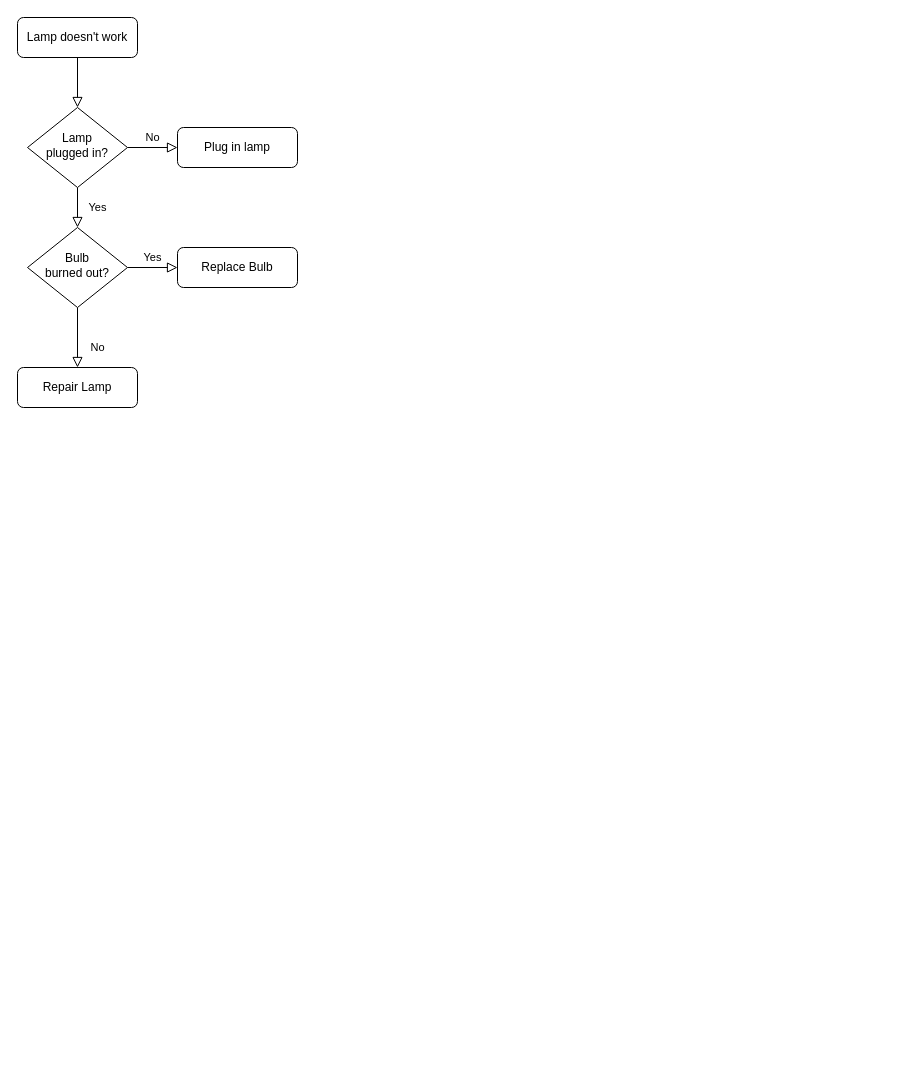
Above: affiliate.drawio in BenmrChen/Draw.io (draw.io), before the change. Source tidied: cells renumbered, new cells numbered last; positions are measured from the earlier drawing's top-left corner, leaving out a move shared by most shapes. Both pictures are drawn from the tidied source at 100%, with x=0, y=0 at pixel (17, 17).
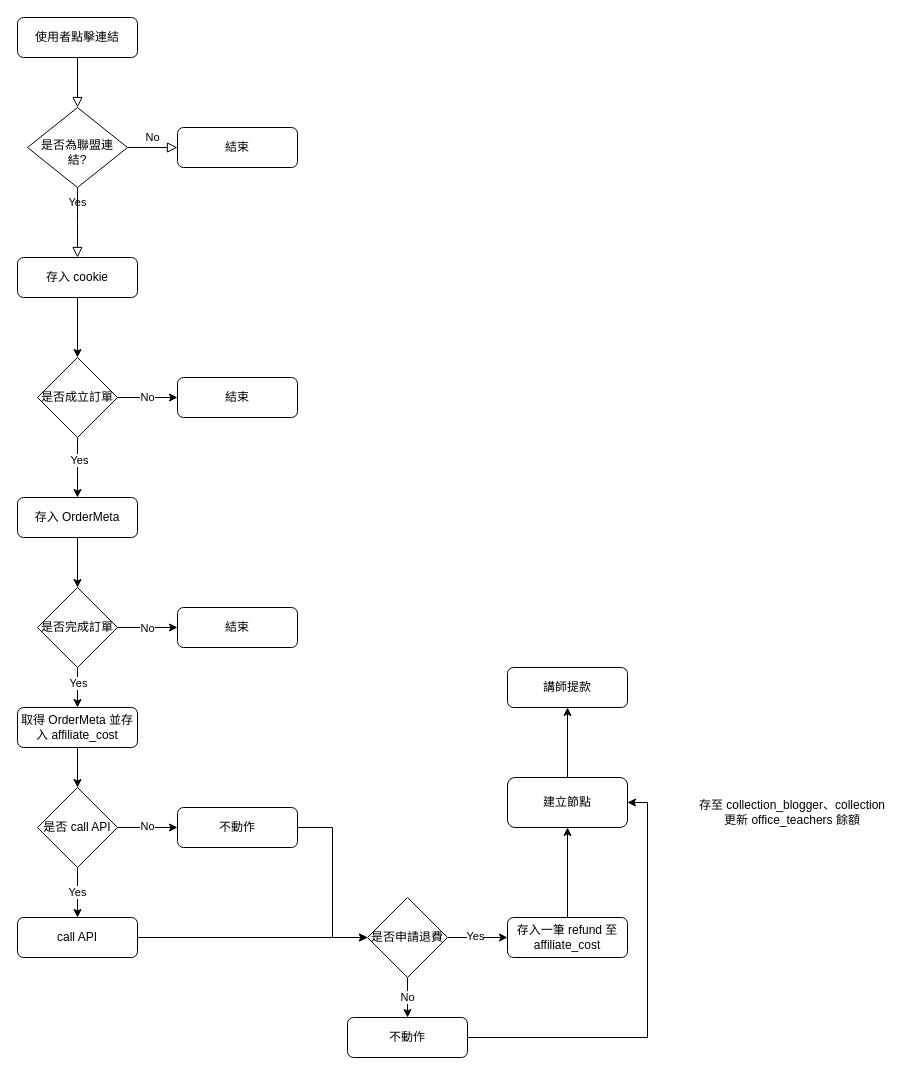
The same page after the edit.

What changed in the source:
```diff
@@
-    <mxCell id="3" value="Lamp doesn't work" style="rounded=1;whiteSpace=wrap;html=1;fontSize=12;glass=0;strokeWidth=1;shadow=0;" parent="1" vertex="1">
+    <mxCell id="3" value="使用者點擊連結" style="rounded=1;whiteSpace=wrap;html=1;fontSize=12;glass=0;strokeWidth=1;shadow=0;" parent="1" vertex="1">
       <mxGeometry width="120" height="40" as="geometry" />
     </mxCell>
-    <mxCell id="4" value="Yes" style="rounded=0;html=1;jettySize=auto;fontSize=11;endArrow=block;endFill=0;endSize=8;strokeWidth=1;shadow=0;labelBackgroundColor=none;edgeStyle=orthogonalEdgeStyle;" parent="1" edge="1" source="6" target="10">
-      <mxGeometry y="20" relative="1" as="geometry" />
+    <mxCell id="4" value="Yes" style="rounded=0;html=1;jettySize=auto;fontSize=11;endArrow=block;endFill=0;endSize=8;strokeWidth=1;shadow=0;labelBackgroundColor=none;edgeStyle=orthogonalEdgeStyle;" parent="1" edge="1" source="6">
+      <mxGeometry y="20" relative="1" as="geometry">
+        <mxPoint x="60" y="240" as="targetPoint" />
+      </mxGeometry>
     </mxCell>
@@
-    <mxCell id="6" value="Lamp&lt;br&gt;plugged in?" style="rhombus;whiteSpace=wrap;html=1;shadow=0;fontFamily=Helvetica;fontSize=12;align=center;strokeWidth=1;spacing=6;spacingTop=-4;" parent="1" vertex="1">
+    <mxCell id="6" value="&amp;nbsp;&lt;br&gt;是否為聯盟連結?" style="rhombus;whiteSpace=wrap;html=1;shadow=0;fontFamily=Helvetica;fontSize=12;align=center;strokeWidth=1;spacing=6;spacingTop=-4;" parent="1" vertex="1">
       <mxGeometry x="10" y="90" width="100" height="80" as="geometry" />
     </mxCell>
-    <mxCell id="7" value="Plug in lamp" style="rounded=1;whiteSpace=wrap;html=1;fontSize=12;glass=0;strokeWidth=1;shadow=0;" parent="1" vertex="1">
+    <mxCell id="7" value="結束" style="rounded=1;whiteSpace=wrap;html=1;fontSize=12;glass=0;strokeWidth=1;shadow=0;" parent="1" vertex="1">
       <mxGeometry x="160" y="110" width="120" height="40" as="geometry" />
     </mxCell>
-    <mxCell id="8" value="No" style="rounded=0;html=1;jettySize=auto;fontSize=11;endArrow=block;endFill=0;endSize=8;strokeWidth=1;shadow=0;labelBackgroundColor=none;edgeStyle=orthogonalEdgeStyle;" parent="1" edge="1" source="10" target="11">
-      <mxGeometry x="0.33" y="20" relative="1" as="geometry" />
-    </mxCell>
-    <mxCell id="9" value="Yes" style="edgeStyle=orthogonalEdgeStyle;rounded=0;html=1;jettySize=auto;fontSize=11;endArrow=block;endFill=0;endSize=8;strokeWidth=1;shadow=0;labelBackgroundColor=none;" parent="1" edge="1" source="10" target="12">
-      <mxGeometry y="10" relative="1" as="geometry" />
-    </mxCell>
-    <mxCell id="10" value="Bulb&lt;br&gt;burned out?" style="rhombus;whiteSpace=wrap;html=1;shadow=0;fontFamily=Helvetica;fontSize=12;align=center;strokeWidth=1;spacing=6;spacingTop=-4;" parent="1" vertex="1">
-      <mxGeometry x="10" y="210" width="100" height="80" as="geometry" />
-    </mxCell>
-    <mxCell id="11" value="Repair Lamp" style="rounded=1;whiteSpace=wrap;html=1;fontSize=12;glass=0;strokeWidth=1;shadow=0;" parent="1" vertex="1">
-      <mxGeometry y="350" width="120" height="40" as="geometry" />
-    </mxCell>
+    <mxCell id="13" style="edgeStyle=orthogonalEdgeStyle;rounded=0;jettySize=auto;html=1;exitX=0.5;exitY=1;exitDx=0;exitDy=0;entryX=0.5;entryY=0;entryDx=0;entryDy=0;" parent="1" edge="1" source="12" target="17">
+      <mxGeometry relative="1" as="geometry" />
+    </mxCell>
-    <mxCell id="12" value="Replace Bulb" style="rounded=1;whiteSpace=wrap;html=1;fontSize=12;glass=0;strokeWidth=1;shadow=0;" parent="1" vertex="1">
-      <mxGeometry x="160" y="230" width="120" height="40" as="geometry" />
+    <mxCell id="12" value="存入 cookie" style="rounded=1;whiteSpace=wrap;html=1;fontSize=12;glass=0;strokeWidth=1;shadow=0;" parent="1" vertex="1">
+      <mxGeometry y="240" width="120" height="40" as="geometry" />
     </mxCell>
+    <mxCell id="14" value="No" style="edgeStyle=orthogonalEdgeStyle;rounded=0;jettySize=auto;html=1;exitX=1;exitY=0.5;exitDx=0;exitDy=0;" parent="1" edge="1" source="17" target="18">
+      <mxGeometry relative="1" as="geometry" />
+    </mxCell>
+    <mxCell id="15" style="edgeStyle=orthogonalEdgeStyle;rounded=0;jettySize=auto;html=1;exitX=0.5;exitY=1;exitDx=0;exitDy=0;entryX=0.5;entryY=0;entryDx=0;entryDy=0;" parent="1" edge="1" source="17" target="20">
+      <mxGeometry relative="1" as="geometry" />
+    </mxCell>
+    <mxCell id="16" value="Yes" style="edgeLabel;html=1;align=center;verticalAlign=middle;" parent="15" vertex="1">
+      <mxGeometry x="-0.27" y="1" relative="1" as="geometry" />
+    </mxCell>
+    <mxCell id="17" value="是否成立訂單" style="rhombus;whiteSpace=wrap;html=1;" parent="1" vertex="1">
+      <mxGeometry x="20" y="340" width="80" height="80" as="geometry" />
+    </mxCell>
+    <mxCell id="18" value="結束" style="rounded=1;whiteSpace=wrap;html=1;fontSize=12;glass=0;strokeWidth=1;shadow=0;" parent="1" vertex="1">
+      <mxGeometry x="160" y="360" width="120" height="40" as="geometry" />
+    </mxCell>
+    <mxCell id="19" style="edgeStyle=orthogonalEdgeStyle;rounded=0;jettySize=auto;html=1;exitX=0.5;exitY=1;exitDx=0;exitDy=0;entryX=0.5;entryY=0;entryDx=0;entryDy=0;" parent="1" edge="1" source="20" target="25">
+      <mxGeometry relative="1" as="geometry" />
+    </mxCell>
+    <mxCell id="20" value="存入 OrderMeta" style="rounded=1;whiteSpace=wrap;html=1;fontSize=12;glass=0;strokeWidth=1;shadow=0;" parent="1" vertex="1">
+      <mxGeometry y="480" width="120" height="40" as="geometry" />
+    </mxCell>
+    <mxCell id="21" style="edgeStyle=orthogonalEdgeStyle;rounded=0;jettySize=auto;html=1;exitX=1;exitY=0.5;exitDx=0;exitDy=0;" parent="1" edge="1" source="25" target="26">
+      <mxGeometry relative="1" as="geometry" />
+    </mxCell>
+    <mxCell id="22" value="No" style="edgeLabel;html=1;align=center;verticalAlign=middle;" parent="21" vertex="1">
+      <mxGeometry x="-0.03" relative="1" as="geometry" />
+    </mxCell>
+    <mxCell id="23" style="edgeStyle=orthogonalEdgeStyle;rounded=0;jettySize=auto;html=1;exitX=0.5;exitY=1;exitDx=0;exitDy=0;entryX=0.5;entryY=0;entryDx=0;entryDy=0;" parent="1" edge="1" source="25" target="28">
+      <mxGeometry relative="1" as="geometry" />
+    </mxCell>
+    <mxCell id="24" value="Yes" style="edgeLabel;html=1;align=center;verticalAlign=middle;" parent="23" vertex="1">
+      <mxGeometry x="-0.25" relative="1" as="geometry" />
+    </mxCell>
+    <mxCell id="25" value="是否完成訂單" style="rhombus;whiteSpace=wrap;html=1;" parent="1" vertex="1">
+      <mxGeometry x="20" y="570" width="80" height="80" as="geometry" />
+    </mxCell>
+    <mxCell id="26" value="結束" style="rounded=1;whiteSpace=wrap;html=1;fontSize=12;glass=0;strokeWidth=1;shadow=0;" parent="1" vertex="1">
+      <mxGeometry x="160" y="590" width="120" height="40" as="geometry" />
+    </mxCell>
+    <mxCell id="27" style="edgeStyle=orthogonalEdgeStyle;rounded=0;jettySize=auto;html=1;exitX=0.5;exitY=1;exitDx=0;exitDy=0;entryX=0.5;entryY=0;entryDx=0;entryDy=0;" parent="1" edge="1" source="28" target="32">
+      <mxGeometry relative="1" as="geometry" />
+    </mxCell>
+    <mxCell id="28" value="取得 OrderMeta 並存入 affiliate_cost" style="rounded=1;whiteSpace=wrap;html=1;fontSize=12;glass=0;strokeWidth=1;shadow=0;" parent="1" vertex="1">
+      <mxGeometry y="690" width="120" height="40" as="geometry" />
+    </mxCell>
+    <mxCell id="29" style="edgeStyle=orthogonalEdgeStyle;rounded=0;jettySize=auto;html=1;exitX=1;exitY=0.5;exitDx=0;exitDy=0;" parent="1" edge="1" source="32" target="34">
+      <mxGeometry relative="1" as="geometry" />
+    </mxCell>
+    <mxCell id="30" value="No" style="edgeLabel;html=1;align=center;verticalAlign=middle;" parent="29" vertex="1">
+      <mxGeometry x="-0.03" y="2" relative="1" as="geometry" />
+    </mxCell>
+    <mxCell id="31" value="Yes" style="edgeStyle=orthogonalEdgeStyle;rounded=0;jettySize=auto;html=1;exitX=0.5;exitY=1;exitDx=0;exitDy=0;entryX=0.5;entryY=0;entryDx=0;entryDy=0;" parent="1" edge="1" source="32" target="36">
+      <mxGeometry relative="1" as="geometry" />
+    </mxCell>
+    <mxCell id="32" value="是否 call API" style="rhombus;whiteSpace=wrap;html=1;" parent="1" vertex="1">
+      <mxGeometry x="20" y="770" width="80" height="80" as="geometry" />
+    </mxCell>
+    <mxCell id="33" style="edgeStyle=orthogonalEdgeStyle;rounded=0;jettySize=auto;html=1;exitX=1;exitY=0.5;exitDx=0;exitDy=0;entryX=0;entryY=0.5;entryDx=0;entryDy=0;" parent="1" edge="1" source="34" target="40">
+      <mxGeometry relative="1" as="geometry" />
+    </mxCell>
+    <mxCell id="34" value="不動作" style="rounded=1;whiteSpace=wrap;html=1;fontSize=12;glass=0;strokeWidth=1;shadow=0;" parent="1" vertex="1">
+      <mxGeometry x="160" y="790" width="120" height="40" as="geometry" />
+    </mxCell>
+    <mxCell id="35" style="edgeStyle=orthogonalEdgeStyle;rounded=0;jettySize=auto;html=1;exitX=1;exitY=0.5;exitDx=0;exitDy=0;" parent="1" edge="1" source="36" target="40">
+      <mxGeometry relative="1" as="geometry" />
+    </mxCell>
+    <mxCell id="36" value="call API" style="rounded=1;whiteSpace=wrap;html=1;fontSize=12;glass=0;strokeWidth=1;shadow=0;" parent="1" vertex="1">
+      <mxGeometry y="900" width="120" height="40" as="geometry" />
+    </mxCell>
+    <mxCell id="37" value="No" style="edgeStyle=orthogonalEdgeStyle;rounded=0;jettySize=auto;html=1;exitX=0.5;exitY=1;exitDx=0;exitDy=0;entryX=0.5;entryY=0;entryDx=0;entryDy=0;" parent="1" edge="1" source="40" target="42">
+      <mxGeometry relative="1" as="geometry" />
+    </mxCell>
+    <mxCell id="38" style="edgeStyle=orthogonalEdgeStyle;rounded=0;jettySize=auto;html=1;exitX=1;exitY=0.5;exitDx=0;exitDy=0;entryX=0;entryY=0.5;entryDx=0;entryDy=0;" parent="1" edge="1" source="40" target="44">
+      <mxGeometry relative="1" as="geometry" />
+    </mxCell>
+    <mxCell id="39" value="Yes" style="edgeLabel;html=1;align=center;verticalAlign=middle;" parent="38" vertex="1">
+      <mxGeometry x="-0.1" y="2" relative="1" as="geometry" />
+    </mxCell>
+    <mxCell id="40" value="是否申請退費" style="rhombus;whiteSpace=wrap;html=1;" parent="1" vertex="1">
+      <mxGeometry x="350" y="880" width="80" height="80" as="geometry" />
+    </mxCell>
+    <mxCell id="41" style="edgeStyle=orthogonalEdgeStyle;rounded=0;jettySize=auto;html=1;exitX=1;exitY=0.5;exitDx=0;exitDy=0;entryX=1;entryY=0.5;entryDx=0;entryDy=0;" parent="1" edge="1" source="42" target="46">
+      <mxGeometry relative="1" as="geometry" />
+    </mxCell>
+    <mxCell id="42" value="不動作" style="rounded=1;whiteSpace=wrap;html=1;fontSize=12;glass=0;strokeWidth=1;shadow=0;" parent="1" vertex="1">
+      <mxGeometry x="330" y="1000" width="120" height="40" as="geometry" />
+    </mxCell>
+    <mxCell id="43" style="edgeStyle=orthogonalEdgeStyle;rounded=0;jettySize=auto;html=1;exitX=0.5;exitY=0;exitDx=0;exitDy=0;entryX=0.5;entryY=1;entryDx=0;entryDy=0;" parent="1" edge="1" source="44" target="46">
+      <mxGeometry relative="1" as="geometry" />
+    </mxCell>
+    <mxCell id="44" value="存入一筆 refund 至 affiliate_cost" style="rounded=1;whiteSpace=wrap;html=1;fontSize=12;glass=0;strokeWidth=1;shadow=0;" parent="1" vertex="1">
+      <mxGeometry x="490" y="900" width="120" height="40" as="geometry" />
+    </mxCell>
+    <mxCell id="45" style="edgeStyle=orthogonalEdgeStyle;rounded=0;jettySize=auto;html=1;exitX=0.5;exitY=0;exitDx=0;exitDy=0;entryX=0.5;entryY=1;entryDx=0;entryDy=0;" parent="1" edge="1" source="46" target="47">
+      <mxGeometry relative="1" as="geometry" />
+    </mxCell>
+    <mxCell id="46" value="建立節點&lt;br&gt;" style="rounded=1;whiteSpace=wrap;html=1;fontSize=12;glass=0;strokeWidth=1;shadow=0;" parent="1" vertex="1">
+      <mxGeometry x="490" y="760" width="120" height="50" as="geometry" />
+    </mxCell>
+    <mxCell id="47" value="講師提款" style="rounded=1;whiteSpace=wrap;html=1;fontSize=12;glass=0;strokeWidth=1;shadow=0;" parent="1" vertex="1">
+      <mxGeometry x="490" y="650" width="120" height="40" as="geometry" />
+    </mxCell>
+    <mxCell id="48" value="存至 collection_blogger、collection&lt;br&gt;更新 office_teachers 餘額" style="text;html=1;strokeColor=none;fillColor=none;align=center;verticalAlign=middle;whiteSpace=wrap;rounded=0;" parent="1" vertex="1">
+      <mxGeometry x="680" y="770" width="190" height="50" as="geometry" />
+    </mxCell>
```
